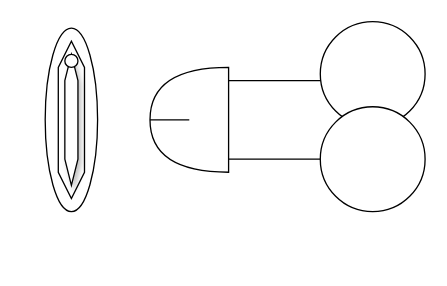
Earlier version of the draw.io diagram page "Página-1" (1 of 2) of Modelagens 01.drawio (FeliCaldas/BDASOS). Source tidied: cells renumbered, new cells numbered last; positions are measured from the earlier drawing's top-left corner, leaving out a move shared by most shapes. Both pictures are drawn from the tidied source at 131%, with x=0, y=0 at pixel (-8, 21).
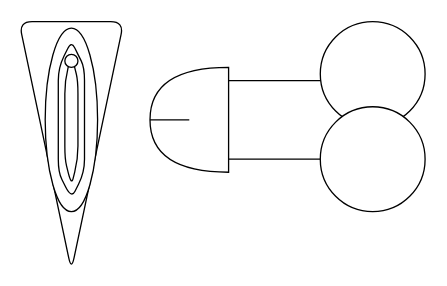
Above is the later version.

What changed in the source:
```diff
@@
 <mxGraphModel>
   <root>
     <mxCell id="0" />
     <mxCell id="1" parent="0" />
+    <mxCell id="11" style="triangle;whiteSpace=wrap;html=1;direction=south;rounded=1;" parent="1" vertex="1">
+      <mxGeometry x="20" width="80" height="190" as="geometry" />
+    </mxCell>
     <mxCell id="2" style="ellipse;whiteSpace=wrap;html=1;direction=south;" parent="1" vertex="1">
       <mxGeometry x="40" y="5" width="40" height="140" as="geometry" />
     </mxCell>
-    <mxCell id="3" style="shape=hexagon;perimeter=hexagonPerimeter2;whiteSpace=wrap;html=1;fixedSize=1;rotation=90;" parent="1" vertex="1">
+    <mxCell id="3" style="shape=hexagon;perimeter=hexagonPerimeter2;whiteSpace=wrap;html=1;fixedSize=1;rotation=90;rounded=1;" parent="1" vertex="1">
       <mxGeometry y="65" width="120" height="20" as="geometry" />
     </mxCell>
-    <mxCell id="4" style="shape=hexagon;perimeter=hexagonPerimeter2;whiteSpace=wrap;html=1;fixedSize=1;rotation=90;size=20;shadow=1;" parent="1" vertex="1">
+    <mxCell id="4" style="shape=hexagon;perimeter=hexagonPerimeter2;whiteSpace=wrap;html=1;fixedSize=1;rotation=90;size=20;shadow=0;rounded=1;" parent="1" vertex="1">
       <mxGeometry x="10" y="70" width="100" height="10" as="geometry" />
     </mxCell>
     <mxCell id="5" style="ellipse;whiteSpace=wrap;html=1;" parent="1" vertex="1">
       <mxGeometry x="55" y="25" width="10" height="10" as="geometry" />
     </mxCell>
-    <mxCell id="6" style="rounded=1;whiteSpace=wrap;html=1;" parent="1" vertex="1">
+    <mxCell id="6" style="rounded=1;whiteSpace=wrap;html=1;glass=0;shadow=0;" parent="1" vertex="1">
       <mxGeometry x="160" y="45" width="120" height="60" as="geometry" />
     </mxCell>
     <mxCell id="7" style="ellipse;whiteSpace=wrap;html=1;" parent="1" vertex="1">
       <mxGeometry x="250" width="80" height="80" as="geometry" />
     </mxCell>
     <mxCell id="8" style="ellipse;whiteSpace=wrap;html=1;" parent="1" vertex="1">
       <mxGeometry x="250" y="65" width="80" height="80" as="geometry" />
     </mxCell>
     <mxCell id="9" style="shape=or;whiteSpace=wrap;html=1;direction=west;" parent="1" vertex="1">
       <mxGeometry x="120" y="35" width="60" height="80" as="geometry" />
     </mxCell>
     <mxCell id="10" style="endArrow=none;html=1;rounded=0;exitX=1;exitY=0.5;exitDx=0;exitDy=0;exitPerimeter=0;" parent="1" edge="1" source="9">
       <mxGeometry relative="1" as="geometry">
         <mxPoint x="150" y="75" as="targetPoint" />
       </mxGeometry>
     </mxCell>
   </root>
 </mxGraphModel>
```
